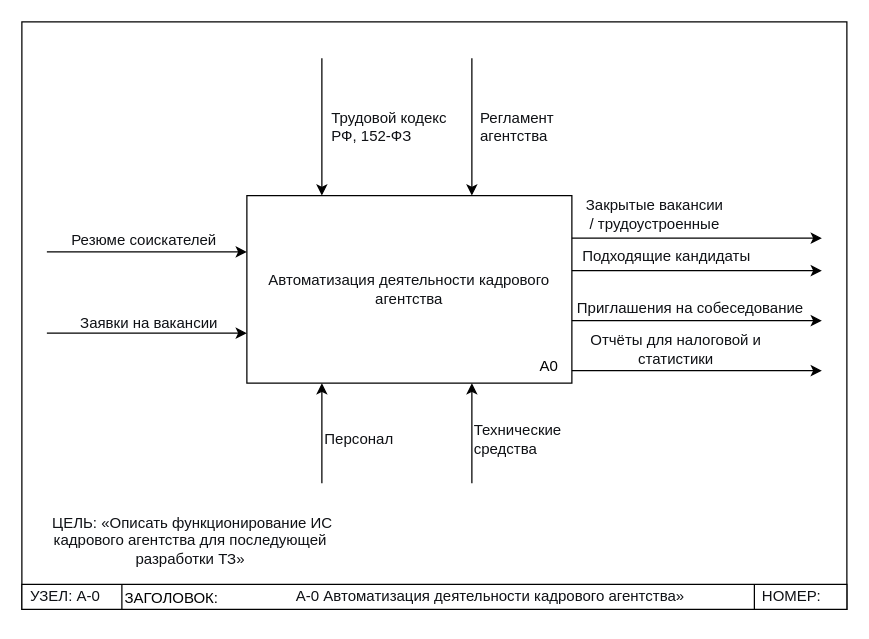
The draw.io diagram page "Страница-1" (1 of 4) of пррр.drawio in Dasha-Angel/work, before the edit. Source tidied: cells renumbered, new cells numbered last; positions are measured from the earlier drawing's top-left corner, leaving out a move shared by most shapes. Both pictures are drawn from the tidied source at 125%, with x=0, y=0 at pixel (21, 21).
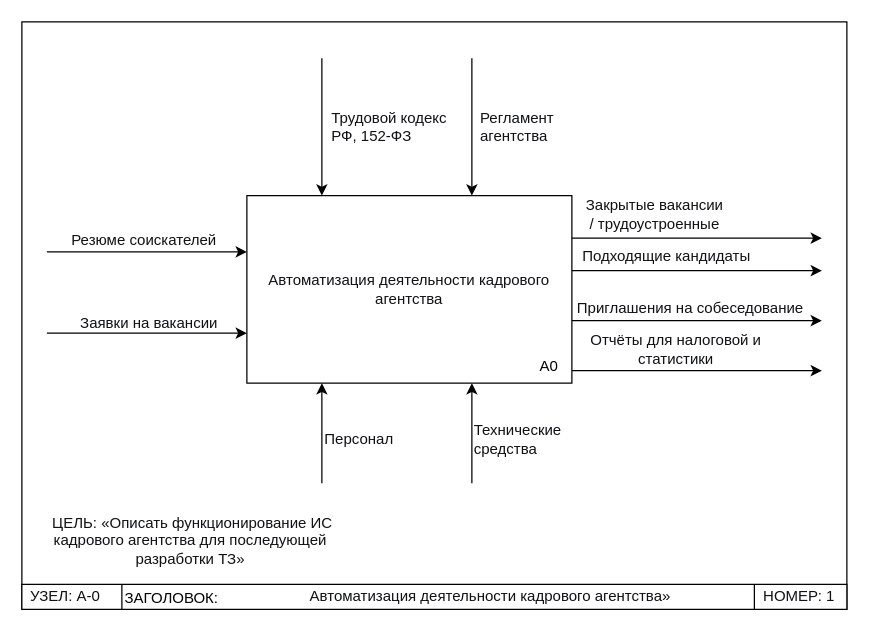
Above is the later version.

What changed in the source:
```diff
@@
-    <mxCell id="28" value="&lt;span style=&quot;color: rgb(15, 17, 21); text-align: start; background-color: rgb(255, 255, 255);&quot;&gt;&lt;span class=&quot;&quot; style=&quot;&quot;&gt;&lt;font face=&quot;Helvetica&quot;&gt;НОМЕР:&lt;/font&gt;&lt;/span&gt;&lt;/span&gt;" style="text;html=1;whiteSpace=wrap;strokeColor=none;fillColor=none;align=center;verticalAlign=middle;rounded=0;" parent="1" vertex="1">
-      <mxGeometry x="586" y="445" width="60" height="30" as="geometry" />
+    <mxCell id="28" value="&lt;span style=&quot;color: rgb(15, 17, 21); text-align: start; background-color: rgb(255, 255, 255);&quot;&gt;&lt;span class=&quot;&quot; style=&quot;&quot;&gt;&lt;font face=&quot;Helvetica&quot;&gt;НОМЕР: 1&lt;/font&gt;&lt;/span&gt;&lt;/span&gt;" style="text;html=1;whiteSpace=wrap;strokeColor=none;fillColor=none;align=center;verticalAlign=middle;rounded=0;" parent="1" vertex="1">
+      <mxGeometry x="592" y="445" width="60" height="30" as="geometry" />
     </mxCell>
@@
-    <mxCell id="30" value="&lt;font&gt;&lt;span class=&quot;&quot; style=&quot;color: rgb(15, 17, 21); text-align: start; background-color: rgb(255, 255, 255);&quot;&gt;А-0 Автоматизация деятельности кадрового агентства»&lt;/span&gt;&lt;/font&gt;" style="text;html=1;whiteSpace=wrap;strokeColor=none;fillColor=none;align=center;verticalAlign=middle;rounded=0;" parent="1" vertex="1">
+    <mxCell id="30" value="&lt;font&gt;&lt;span class=&quot;&quot; style=&quot;color: rgb(15, 17, 21); text-align: start; background-color: rgb(255, 255, 255);&quot;&gt;Автоматизация деятельности кадрового агентства»&lt;/span&gt;&lt;/font&gt;" style="text;html=1;whiteSpace=wrap;strokeColor=none;fillColor=none;align=center;verticalAlign=middle;rounded=0;" parent="1" vertex="1">
       <mxGeometry x="160" y="445" width="430" height="30" as="geometry" />
     </mxCell>
```
